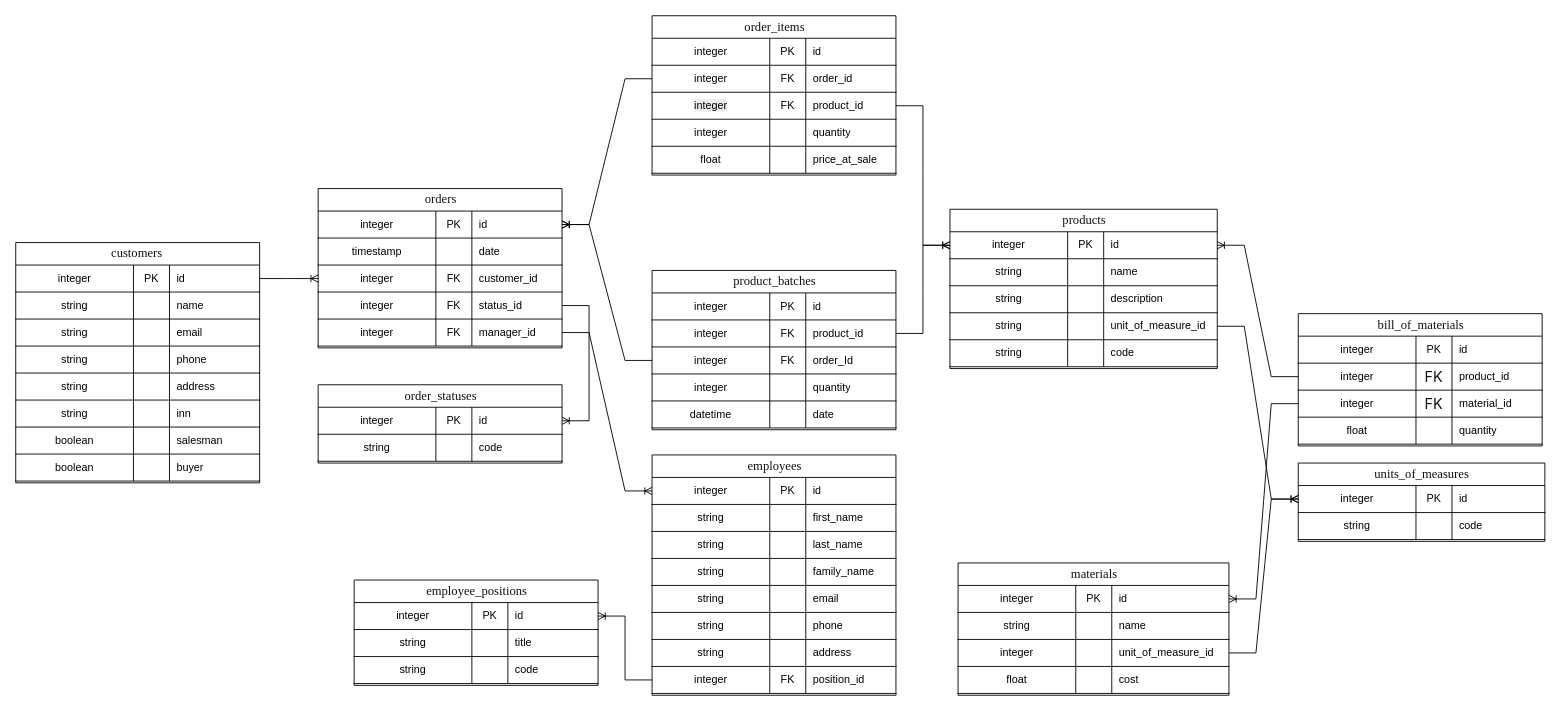
Before: page "Страница-2" (2 of 2) of задание_1/ПП.drawio in Filimon4/PP-.05-2026, a draw.io diagram. Source tidied: cells renumbered, new cells numbered last; positions are measured from the earlier drawing's top-left corner, leaving out a move shared by most shapes. Both pictures are drawn from the tidied source at 90%, with x=0, y=0 at pixel (15, 15).
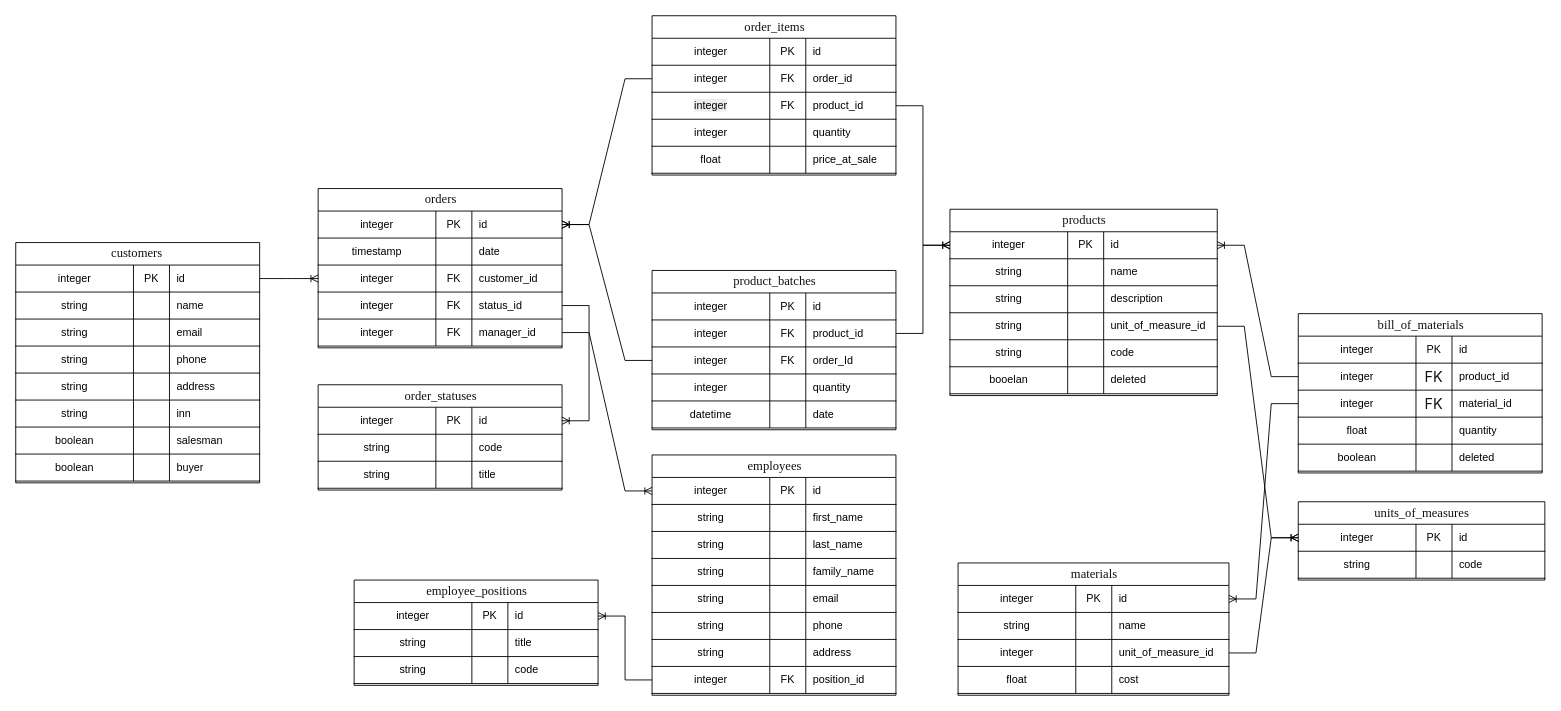
The same page after the edit.

Diff of the diagram source:
```diff
@@
     <mxCell id="35" value="&lt;div style=&quot;text-align: start;&quot;&gt;&lt;font color=&quot;#0f1115&quot; face=&quot;Times New Roman&quot;&gt;&lt;span style=&quot;font-size: 14px; text-wrap-mode: wrap; background-color: rgb(255, 255, 255);&quot;&gt;products&lt;/span&gt;&lt;/font&gt;&lt;/div&gt;" style="shape=table;startSize=25;childLayout=tableLayout;rowLines=0;fontStyle=0;align=center;html=1;" parent="1" vertex="1">
-      <mxGeometry x="1038" y="215" width="297" height="177" as="geometry" />
+      <mxGeometry x="1038" y="215" width="297" height="207" as="geometry" />
     </mxCell>
@@
+    <mxCell id="229" style="shape=tableRow;horizontal=0;startSize=0;swimlaneHead=0;swimlaneBody=0;fillColor=none;top=0;left=0;right=0;bottom=1;fontStyle=0;" parent="35" vertex="1">
+      <mxGeometry y="175" width="297" height="30" as="geometry" />
+    </mxCell>
+    <mxCell id="230" value="booelan" style="shape=partialRectangle;fillColor=none;top=0;left=0;bottom=0;right=0;fontStyle=0;overflow=hidden;whiteSpace=wrap;html=1;align=center;" parent="229" vertex="1">
+      <mxGeometry width="130.8" height="30" as="geometry" />
+    </mxCell>
+    <mxCell id="231" style="shape=partialRectangle;fillColor=none;top=0;left=0;bottom=0;right=0;fontStyle=0;overflow=hidden;whiteSpace=wrap;html=1;" parent="229" vertex="1">
+      <mxGeometry x="130.8" width="40" height="30" as="geometry" />
+    </mxCell>
+    <mxCell id="232" value="deleted" style="shape=partialRectangle;fillColor=none;top=0;left=0;bottom=0;right=0;align=left;spacingLeft=6;fontStyle=0;overflow=hidden;whiteSpace=wrap;html=1;" parent="229" vertex="1">
+      <mxGeometry x="170.8" width="126.2" height="30" as="geometry" />
+    </mxCell>
@@
     <mxCell id="148" value="&lt;div style=&quot;text-align: start;&quot;&gt;&lt;font color=&quot;#0f1115&quot; face=&quot;Times New Roman&quot;&gt;&lt;span style=&quot;font-size: 14px; text-wrap-mode: wrap; background-color: rgb(255, 255, 255);&quot;&gt;bill_of_materials&lt;/span&gt;&lt;/font&gt;&lt;/div&gt;" style="shape=table;startSize=25;childLayout=tableLayout;rowLines=0;fontStyle=0;align=center;html=1;" parent="1" vertex="1">
-      <mxGeometry x="1425" y="331" width="271" height="147" as="geometry" />
+      <mxGeometry x="1425" y="331" width="271" height="177" as="geometry" />
     </mxCell>
@@
+    <mxCell id="233" style="shape=tableRow;horizontal=0;startSize=0;swimlaneHead=0;swimlaneBody=0;fillColor=none;top=0;left=0;right=0;bottom=1;fontStyle=0;" parent="148" vertex="1">
+      <mxGeometry y="145" width="271" height="30" as="geometry" />
+    </mxCell>
+    <mxCell id="234" value="boolean" style="shape=partialRectangle;fillColor=none;top=0;left=0;bottom=0;right=0;fontStyle=0;overflow=hidden;whiteSpace=wrap;html=1;align=center;" parent="233" vertex="1">
+      <mxGeometry width="130.8" height="30" as="geometry" />
+    </mxCell>
+    <mxCell id="235" style="shape=partialRectangle;fillColor=none;top=0;left=0;bottom=0;right=0;fontStyle=0;overflow=hidden;whiteSpace=wrap;html=1;" parent="233" vertex="1">
+      <mxGeometry x="130.8" width="40" height="30" as="geometry" />
+    </mxCell>
+    <mxCell id="236" value="deleted" style="shape=partialRectangle;fillColor=none;top=0;left=0;bottom=0;right=0;align=left;spacingLeft=6;fontStyle=0;overflow=hidden;whiteSpace=wrap;html=1;" parent="233" vertex="1">
+      <mxGeometry x="170.8" width="100.2" height="30" as="geometry" />
+    </mxCell>
@@
     <mxCell id="208" value="&lt;div style=&quot;text-align: start;&quot;&gt;&lt;font color=&quot;#0f1115&quot; face=&quot;Times New Roman&quot;&gt;&lt;span style=&quot;font-size: 14px; text-wrap-mode: wrap; background-color: rgb(255, 255, 255);&quot;&gt;order_statuses&lt;/span&gt;&lt;/font&gt;&lt;/div&gt;" style="shape=table;startSize=25;childLayout=tableLayout;rowLines=0;fontStyle=0;align=center;html=1;" parent="1" vertex="1">
-      <mxGeometry x="336" y="410" width="271" height="87" as="geometry" />
+      <mxGeometry x="336" y="410" width="271" height="117" as="geometry" />
     </mxCell>
@@
+    <mxCell id="237" style="shape=tableRow;horizontal=0;startSize=0;swimlaneHead=0;swimlaneBody=0;fillColor=none;top=0;left=0;right=0;bottom=1;fontStyle=0;" parent="208" vertex="1">
+      <mxGeometry y="85" width="271" height="30" as="geometry" />
+    </mxCell>
+    <mxCell id="238" value="string" style="shape=partialRectangle;fillColor=none;top=0;left=0;bottom=0;right=0;fontStyle=0;overflow=hidden;whiteSpace=wrap;html=1;align=center;" parent="237" vertex="1">
+      <mxGeometry width="130.8" height="30" as="geometry" />
+    </mxCell>
+    <mxCell id="239" style="shape=partialRectangle;fillColor=none;top=0;left=0;bottom=0;right=0;fontStyle=0;overflow=hidden;whiteSpace=wrap;html=1;" parent="237" vertex="1">
+      <mxGeometry x="130.8" width="40" height="30" as="geometry" />
+    </mxCell>
+    <mxCell id="240" value="&lt;div style=&quot;text-align: center;&quot;&gt;&lt;span style=&quot;background-color: transparent;&quot;&gt;title&lt;/span&gt;&lt;/div&gt;" style="shape=partialRectangle;fillColor=none;top=0;left=0;bottom=0;right=0;align=left;spacingLeft=6;fontStyle=0;overflow=hidden;whiteSpace=wrap;html=1;" parent="237" vertex="1">
+      <mxGeometry x="170.8" width="100.2" height="30" as="geometry" />
+    </mxCell>
@@
     <mxCell id="218" value="&lt;div style=&quot;text-align: start;&quot;&gt;&lt;font color=&quot;#0f1115&quot; face=&quot;Times New Roman&quot;&gt;&lt;span style=&quot;font-size: 14px; text-wrap-mode: wrap; background-color: rgb(255, 255, 255);&quot;&gt;units_of_measures&lt;/span&gt;&lt;/font&gt;&lt;/div&gt;" style="shape=table;startSize=25;childLayout=tableLayout;rowLines=0;fontStyle=0;align=center;html=1;" parent="1" vertex="1">
-      <mxGeometry x="1425" y="497" width="274" height="87" as="geometry" />
+      <mxGeometry x="1425" y="540" width="274" height="87" as="geometry" />
     </mxCell>
```
